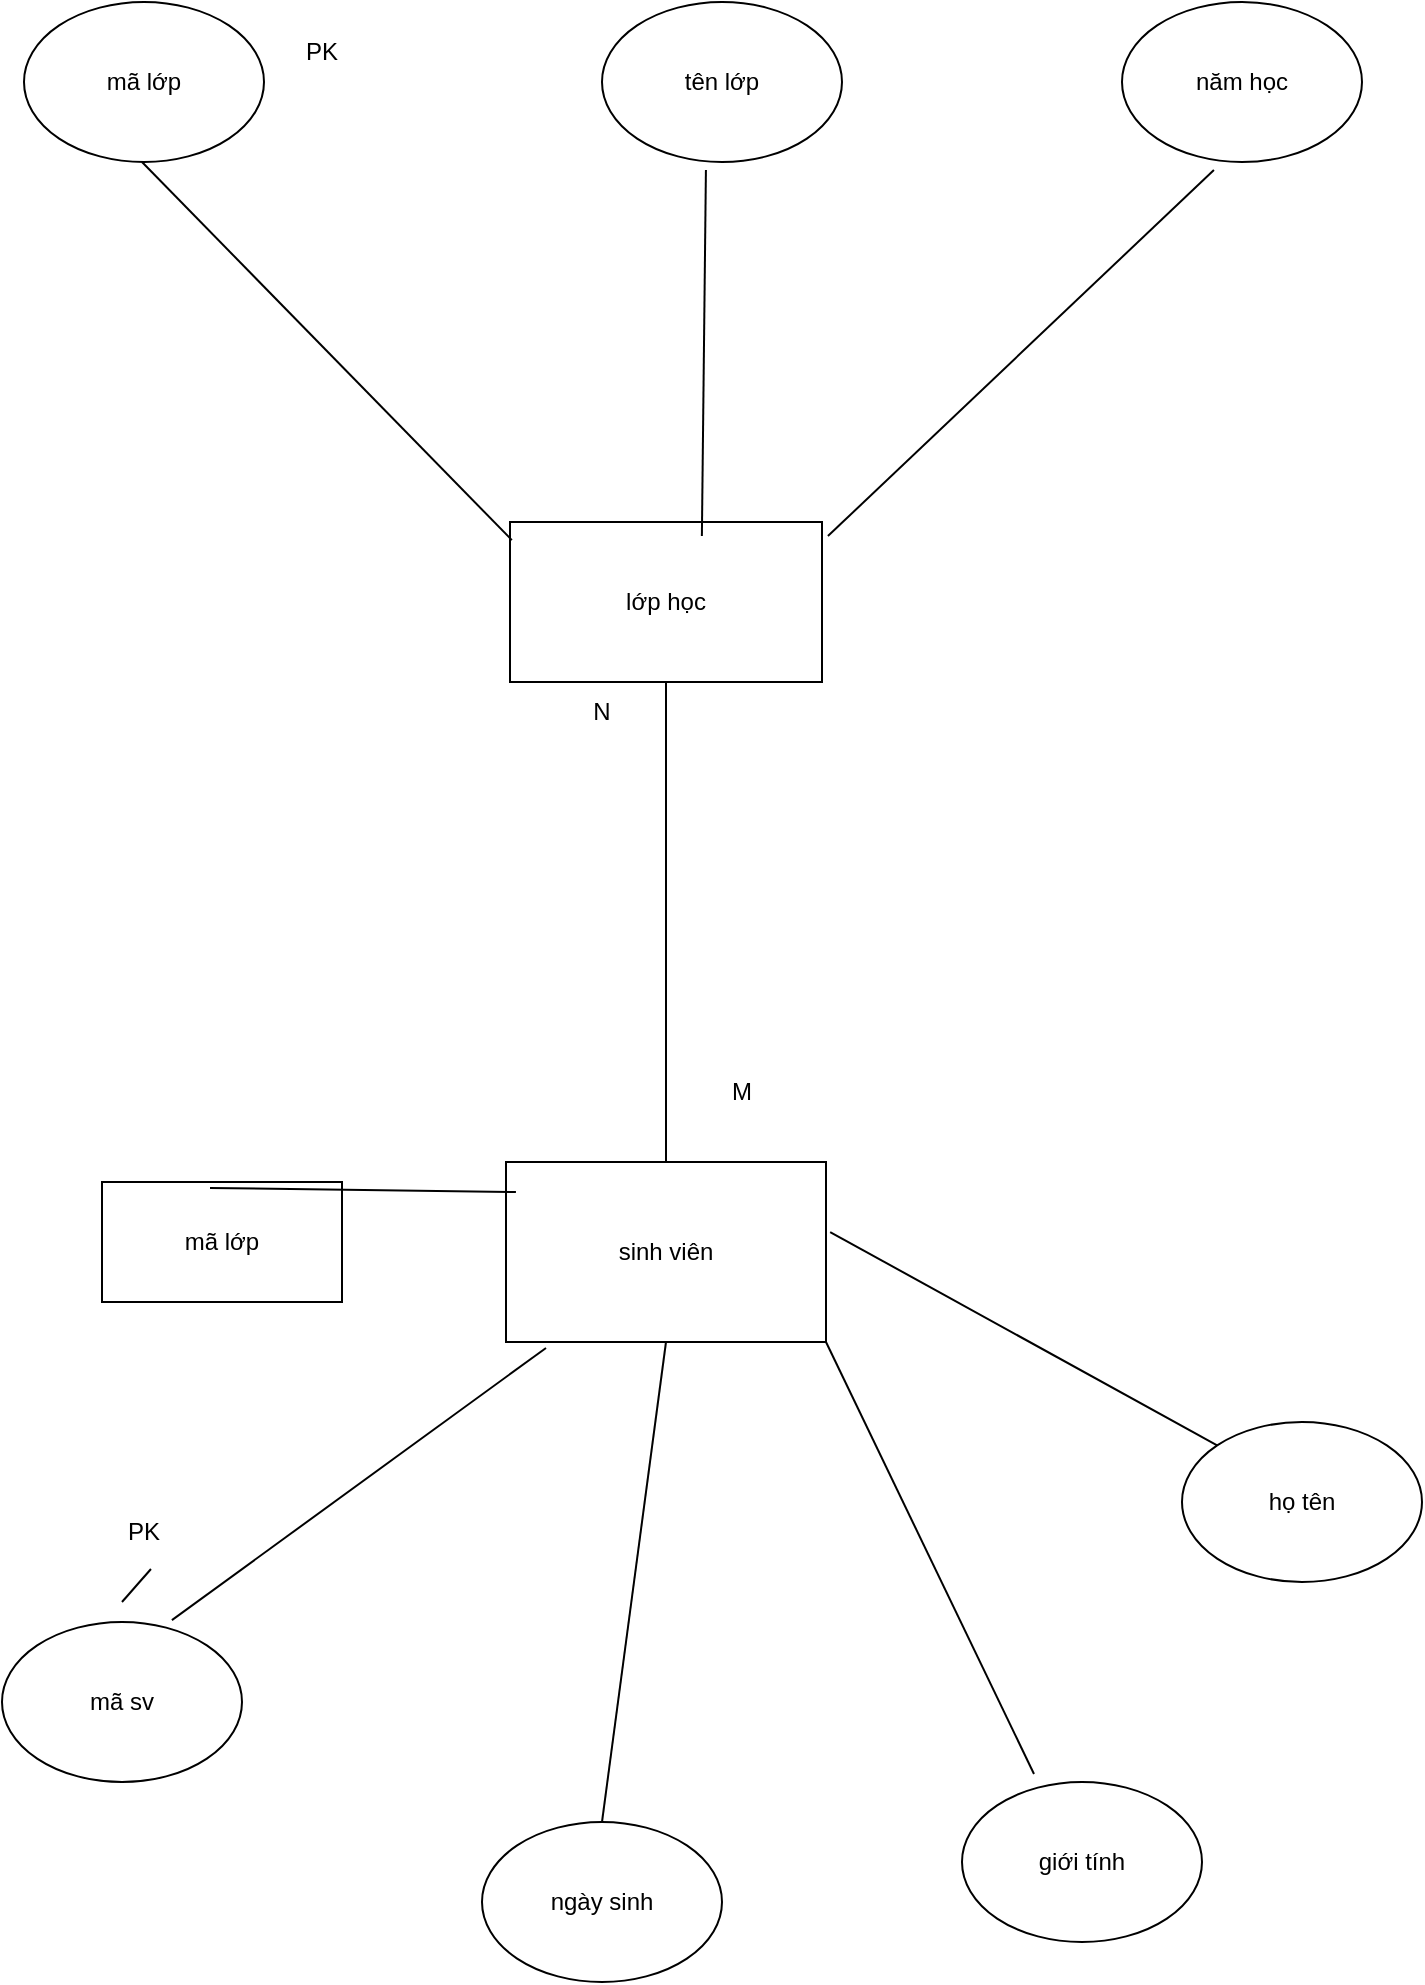
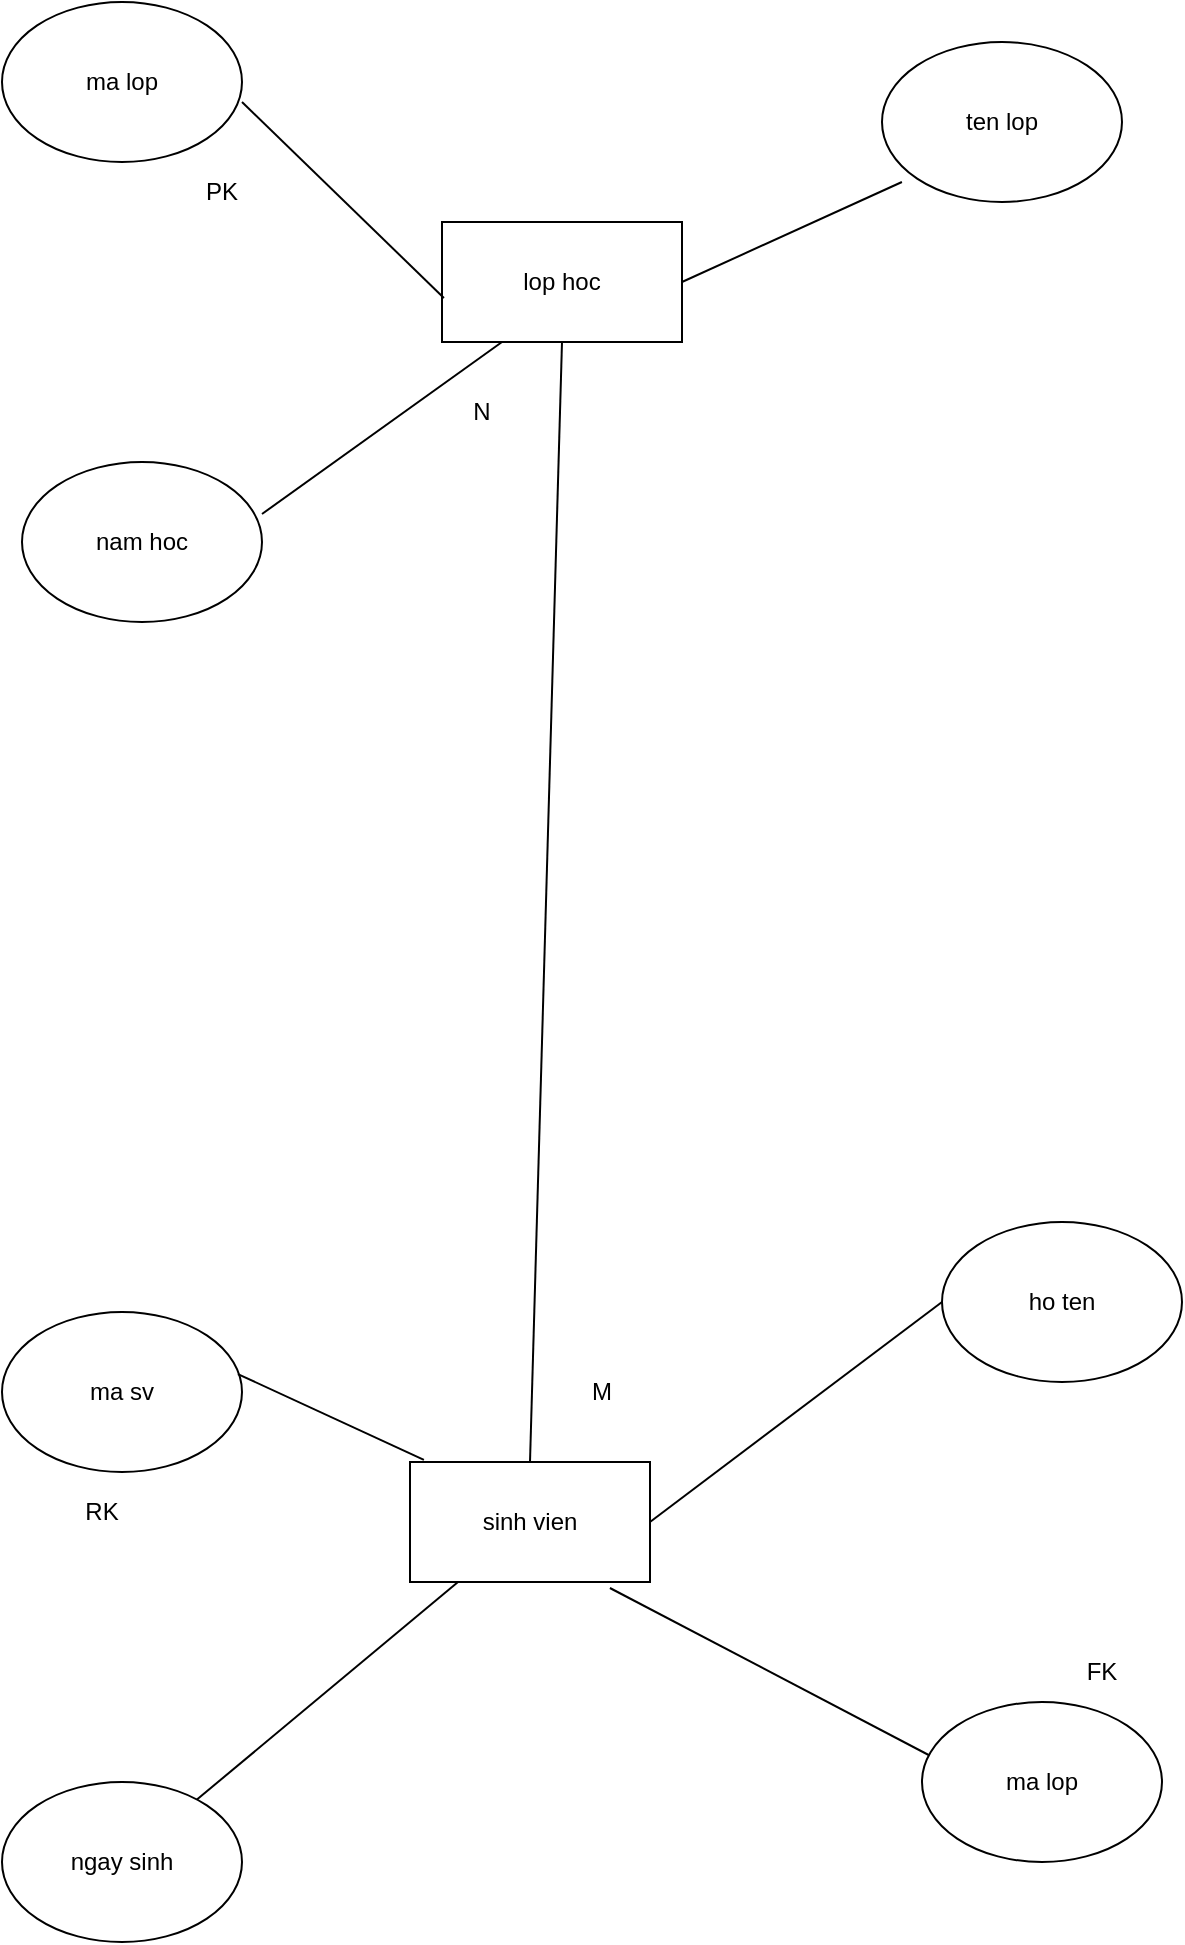
<mxfile host="Electron">
-   <diagram name="Trang-1" id="o1QB42pIcwawdW-Oyglz">
+   <diagram name="Trang-1" id="ZAXRSAyy3r_6QDGNcxRj">
    <mxGraphModel dx="772" dy="1185" grid="1" gridSize="10" guides="1" tooltips="1" connect="1" arrows="1" fold="1" page="1" pageScale="1" pageWidth="827" pageHeight="1169" math="0" shadow="0">
      <root>
        <mxCell id="0" />
        <mxCell id="1" parent="0" />
-         <mxCell id="ddT9tHussP8gRuYWrQQs-1" parent="1" style="rounded=0;whiteSpace=wrap;html=1;" value="lớp học" vertex="1">
-           <mxGeometry height="80" width="156" x="294" y="300" as="geometry" />
+         <mxCell id="2jOToKgOwrmBfKNzj-BH-1" parent="1" style="rounded=0;whiteSpace=wrap;html=1;" value="sinh vien" vertex="1">
+           <mxGeometry height="60" width="120" x="294" y="810" as="geometry" />
        </mxCell>
-         <mxCell id="ddT9tHussP8gRuYWrQQs-4" edge="1" parent="1" style="endArrow=none;html=1;rounded=0;entryX=0.006;entryY=0.113;entryDx=0;entryDy=0;entryPerimeter=0;" target="ddT9tHussP8gRuYWrQQs-1" value="">
-           <mxGeometry height="50" relative="1" width="50" as="geometry">
-             <mxPoint x="110" y="120" as="sourcePoint" />
-             <mxPoint x="110" y="200" as="targetPoint" />
-           </mxGeometry>
+         <mxCell id="2jOToKgOwrmBfKNzj-BH-3" parent="1" style="rounded=0;whiteSpace=wrap;html=1;" value="lop hoc" vertex="1">
+           <mxGeometry height="60" width="120" x="310" y="190" as="geometry" />
        </mxCell>
-         <mxCell id="ddT9tHussP8gRuYWrQQs-5" parent="1" style="ellipse;whiteSpace=wrap;html=1;" value="mã lớp" vertex="1">
-           <mxGeometry height="80" width="120" x="51" y="40" as="geometry" />
+         <mxCell id="2jOToKgOwrmBfKNzj-BH-4" parent="1" style="ellipse;whiteSpace=wrap;html=1;" value="ma sv" vertex="1">
+           <mxGeometry height="80" width="120" x="90" y="735" as="geometry" />
        </mxCell>
-         <mxCell id="ddT9tHussP8gRuYWrQQs-6" parent="1" style="ellipse;whiteSpace=wrap;html=1;" value="tên lớp" vertex="1">
-           <mxGeometry height="80" width="120" x="340" y="40" as="geometry" />
+         <mxCell id="2jOToKgOwrmBfKNzj-BH-6" parent="1" style="ellipse;whiteSpace=wrap;html=1;" value="nam hoc" vertex="1">
+           <mxGeometry height="80" width="120" x="100" y="310" as="geometry" />
        </mxCell>
-         <mxCell id="ddT9tHussP8gRuYWrQQs-7" parent="1" style="ellipse;whiteSpace=wrap;html=1;" value="năm học" vertex="1">
-           <mxGeometry height="80" width="120" x="600" y="40" as="geometry" />
+         <mxCell id="2jOToKgOwrmBfKNzj-BH-7" parent="1" style="ellipse;whiteSpace=wrap;html=1;" value="ten lop" vertex="1">
+           <mxGeometry height="80" width="120" x="530" y="100" as="geometry" />
        </mxCell>
-         <mxCell id="ddT9tHussP8gRuYWrQQs-8" edge="1" parent="1" source="ddT9tHussP8gRuYWrQQs-1" style="endArrow=none;html=1;rounded=0;entryX=0.433;entryY=1.05;entryDx=0;entryDy=0;entryPerimeter=0;exitX=0.615;exitY=0.088;exitDx=0;exitDy=0;exitPerimeter=0;" target="ddT9tHussP8gRuYWrQQs-6" value="">
+         <mxCell id="2jOToKgOwrmBfKNzj-BH-8" parent="1" style="ellipse;whiteSpace=wrap;html=1;" value="ma lop" vertex="1">
+           <mxGeometry height="80" width="120" x="90" y="80" as="geometry" />
+         </mxCell>
+         <mxCell id="2jOToKgOwrmBfKNzj-BH-9" parent="1" style="ellipse;whiteSpace=wrap;html=1;" value="ngay sinh" vertex="1">
+           <mxGeometry height="80" width="120" x="90" y="970" as="geometry" />
+         </mxCell>
+         <mxCell id="2jOToKgOwrmBfKNzj-BH-10" parent="1" style="ellipse;whiteSpace=wrap;html=1;" value="ho ten" vertex="1">
+           <mxGeometry height="80" width="120" x="560" y="690" as="geometry" />
+         </mxCell>
+         <mxCell id="2jOToKgOwrmBfKNzj-BH-11" edge="1" parent="1" source="2jOToKgOwrmBfKNzj-BH-1" style="endArrow=none;html=1;rounded=0;entryX=0.5;entryY=1;entryDx=0;entryDy=0;exitX=0.5;exitY=0;exitDx=0;exitDy=0;" target="2jOToKgOwrmBfKNzj-BH-3" value="">
          <mxGeometry height="50" relative="1" width="50" as="geometry">
            <mxPoint x="370" y="630" as="sourcePoint" />
            <mxPoint x="420" y="580" as="targetPoint" />
          </mxGeometry>
        </mxCell>
-         <mxCell id="ddT9tHussP8gRuYWrQQs-9" edge="1" parent="1" source="ddT9tHussP8gRuYWrQQs-1" style="endArrow=none;html=1;rounded=0;entryX=0.383;entryY=1.05;entryDx=0;entryDy=0;entryPerimeter=0;exitX=1.019;exitY=0.088;exitDx=0;exitDy=0;exitPerimeter=0;" target="ddT9tHussP8gRuYWrQQs-7" value="">
+         <mxCell id="2jOToKgOwrmBfKNzj-BH-12" parent="1" style="text;html=1;whiteSpace=wrap;strokeColor=none;fillColor=none;align=center;verticalAlign=middle;rounded=0;" value="N" vertex="1">
+           <mxGeometry height="30" width="60" x="300" y="270" as="geometry" />
+         </mxCell>
+         <mxCell id="2jOToKgOwrmBfKNzj-BH-13" parent="1" style="text;html=1;whiteSpace=wrap;strokeColor=none;fillColor=none;align=center;verticalAlign=middle;rounded=0;" value="M" vertex="1">
+           <mxGeometry height="30" width="60" x="360" y="760" as="geometry" />
+         </mxCell>
+         <mxCell id="2jOToKgOwrmBfKNzj-BH-14" edge="1" parent="1" source="2jOToKgOwrmBfKNzj-BH-3" style="endArrow=none;html=1;rounded=0;exitX=0.008;exitY=0.633;exitDx=0;exitDy=0;exitPerimeter=0;" value="">
          <mxGeometry height="50" relative="1" width="50" as="geometry">
-             <mxPoint x="645" y="200" as="sourcePoint" />
-             <mxPoint x="420" y="580" as="targetPoint" />
+             <mxPoint x="370" y="630" as="sourcePoint" />
+             <mxPoint x="210" y="130" as="targetPoint" />
          </mxGeometry>
        </mxCell>
-         <mxCell id="ddT9tHussP8gRuYWrQQs-10" parent="1" style="rounded=0;whiteSpace=wrap;html=1;" value="sinh viên" vertex="1">
-           <mxGeometry height="90" width="160" x="292" y="620" as="geometry" />
-         </mxCell>
-         <mxCell id="ddT9tHussP8gRuYWrQQs-11" parent="1" style="ellipse;whiteSpace=wrap;html=1;" value="họ tên" vertex="1">
-           <mxGeometry height="80" width="120" x="630" y="750" as="geometry" />
-         </mxCell>
-         <mxCell id="ddT9tHussP8gRuYWrQQs-12" parent="1" style="ellipse;whiteSpace=wrap;html=1;" value="giới tính" vertex="1">
-           <mxGeometry height="80" width="120" x="520" y="930" as="geometry" />
-         </mxCell>
-         <mxCell id="ddT9tHussP8gRuYWrQQs-13" parent="1" style="ellipse;whiteSpace=wrap;html=1;" value="ngày sinh" vertex="1">
-           <mxGeometry height="80" width="120" x="280" y="950" as="geometry" />
-         </mxCell>
-         <mxCell id="ddT9tHussP8gRuYWrQQs-14" parent="1" style="ellipse;whiteSpace=wrap;html=1;" value="mã sv" vertex="1">
-           <mxGeometry height="80" width="120" x="40" y="850" as="geometry" />
-         </mxCell>
-         <mxCell id="ddT9tHussP8gRuYWrQQs-15" edge="1" parent="1" source="ddT9tHussP8gRuYWrQQs-10" style="endArrow=none;html=1;rounded=0;entryX=0.708;entryY=-0.012;entryDx=0;entryDy=0;entryPerimeter=0;exitX=0.125;exitY=1.033;exitDx=0;exitDy=0;exitPerimeter=0;" target="ddT9tHussP8gRuYWrQQs-14" value="">
+         <mxCell id="2jOToKgOwrmBfKNzj-BH-15" edge="1" parent="1" source="2jOToKgOwrmBfKNzj-BH-3" style="endArrow=none;html=1;rounded=0;entryX=0.083;entryY=0.875;entryDx=0;entryDy=0;entryPerimeter=0;exitX=1;exitY=0.5;exitDx=0;exitDy=0;" target="2jOToKgOwrmBfKNzj-BH-7" value="">
          <mxGeometry height="50" relative="1" width="50" as="geometry">
            <mxPoint x="370" y="630" as="sourcePoint" />
            <mxPoint x="420" y="580" as="targetPoint" />
          </mxGeometry>
        </mxCell>
-         <mxCell id="ddT9tHussP8gRuYWrQQs-16" edge="1" parent="1" source="ddT9tHussP8gRuYWrQQs-10" style="endArrow=none;html=1;rounded=0;entryX=0.5;entryY=0;entryDx=0;entryDy=0;exitX=0.5;exitY=1;exitDx=0;exitDy=0;" target="ddT9tHussP8gRuYWrQQs-13" value="">
+         <mxCell id="2jOToKgOwrmBfKNzj-BH-16" edge="1" parent="1" source="2jOToKgOwrmBfKNzj-BH-1" style="endArrow=none;html=1;rounded=0;entryX=0;entryY=0.5;entryDx=0;entryDy=0;exitX=1;exitY=0.5;exitDx=0;exitDy=0;" target="2jOToKgOwrmBfKNzj-BH-10" value="">
          <mxGeometry height="50" relative="1" width="50" as="geometry">
            <mxPoint x="370" y="630" as="sourcePoint" />
            <mxPoint x="420" y="580" as="targetPoint" />
          </mxGeometry>
        </mxCell>
-         <mxCell id="ddT9tHussP8gRuYWrQQs-17" edge="1" parent="1" source="ddT9tHussP8gRuYWrQQs-10" style="endArrow=none;html=1;rounded=0;entryX=0.3;entryY=-0.05;entryDx=0;entryDy=0;entryPerimeter=0;exitX=1;exitY=1;exitDx=0;exitDy=0;" target="ddT9tHussP8gRuYWrQQs-12" value="">
-           <mxGeometry height="50" relative="1" width="50" as="geometry">
-             <mxPoint x="420" y="710" as="sourcePoint" />
-             <mxPoint x="420" y="580" as="targetPoint" />
-           </mxGeometry>
-         </mxCell>
-         <mxCell id="ddT9tHussP8gRuYWrQQs-18" edge="1" parent="1" source="ddT9tHussP8gRuYWrQQs-10" style="endArrow=none;html=1;rounded=0;entryX=0;entryY=0;entryDx=0;entryDy=0;exitX=1.013;exitY=0.389;exitDx=0;exitDy=0;exitPerimeter=0;" target="ddT9tHussP8gRuYWrQQs-11" value="">
+         <mxCell id="2jOToKgOwrmBfKNzj-BH-17" edge="1" parent="1" source="2jOToKgOwrmBfKNzj-BH-4" style="endArrow=none;html=1;rounded=0;exitX=0.983;exitY=0.388;exitDx=0;exitDy=0;exitPerimeter=0;entryX=0.058;entryY=-0.017;entryDx=0;entryDy=0;entryPerimeter=0;" target="2jOToKgOwrmBfKNzj-BH-1" value="">
          <mxGeometry height="50" relative="1" width="50" as="geometry">
            <mxPoint x="370" y="630" as="sourcePoint" />
            <mxPoint x="420" y="580" as="targetPoint" />
          </mxGeometry>
        </mxCell>
-         <mxCell id="ddT9tHussP8gRuYWrQQs-19" edge="1" parent="1" source="ddT9tHussP8gRuYWrQQs-10" style="endArrow=none;html=1;rounded=0;entryX=0.5;entryY=1;entryDx=0;entryDy=0;exitX=0.5;exitY=0;exitDx=0;exitDy=0;" target="ddT9tHussP8gRuYWrQQs-1" value="">
+         <mxCell id="2jOToKgOwrmBfKNzj-BH-18" edge="1" parent="1" source="2jOToKgOwrmBfKNzj-BH-1" style="endArrow=none;html=1;rounded=0;" target="2jOToKgOwrmBfKNzj-BH-9" value="">
          <mxGeometry height="50" relative="1" width="50" as="geometry">
            <mxPoint x="370" y="630" as="sourcePoint" />
            <mxPoint x="420" y="580" as="targetPoint" />
          </mxGeometry>
        </mxCell>
-         <mxCell id="ddT9tHussP8gRuYWrQQs-20" parent="1" style="text;html=1;whiteSpace=wrap;strokeColor=none;fillColor=none;align=center;verticalAlign=middle;rounded=0;" value="M" vertex="1">
-           <mxGeometry height="30" width="60" x="380" y="570" as="geometry" />
-         </mxCell>
-         <mxCell id="ddT9tHussP8gRuYWrQQs-21" parent="1" style="text;html=1;whiteSpace=wrap;strokeColor=none;fillColor=none;align=center;verticalAlign=middle;rounded=0;" value="N" vertex="1">
-           <mxGeometry height="30" width="60" x="310" y="380" as="geometry" />
-         </mxCell>
-         <mxCell id="ddT9tHussP8gRuYWrQQs-22" parent="1" style="text;html=1;whiteSpace=wrap;strokeColor=none;fillColor=none;align=center;verticalAlign=middle;rounded=0;" value="PK" vertex="1">
-           <mxGeometry height="30" width="60" x="170" y="50" as="geometry" />
-         </mxCell>
-         <mxCell id="ddT9tHussP8gRuYWrQQs-24" parent="1" style="rounded=0;whiteSpace=wrap;html=1;" value="mã lớp" vertex="1">
-           <mxGeometry height="60" width="120" x="90" y="630" as="geometry" />
-         </mxCell>
-         <mxCell id="ddT9tHussP8gRuYWrQQs-25" edge="1" parent="1" source="ddT9tHussP8gRuYWrQQs-24" style="endArrow=none;html=1;rounded=0;entryX=0.031;entryY=0.167;entryDx=0;entryDy=0;entryPerimeter=0;exitX=0.45;exitY=0.05;exitDx=0;exitDy=0;exitPerimeter=0;" target="ddT9tHussP8gRuYWrQQs-10" value="">
+         <mxCell id="2jOToKgOwrmBfKNzj-BH-19" edge="1" parent="1" source="2jOToKgOwrmBfKNzj-BH-6" style="endArrow=none;html=1;rounded=0;entryX=0.25;entryY=1;entryDx=0;entryDy=0;exitX=1;exitY=0.325;exitDx=0;exitDy=0;exitPerimeter=0;" target="2jOToKgOwrmBfKNzj-BH-3" value="">
          <mxGeometry height="50" relative="1" width="50" as="geometry">
            <mxPoint x="370" y="630" as="sourcePoint" />
            <mxPoint x="420" y="580" as="targetPoint" />
          </mxGeometry>
        </mxCell>
-         <mxCell id="ddT9tHussP8gRuYWrQQs-28" edge="1" parent="1" style="endArrow=none;html=1;rounded=0;entryX=0.558;entryY=1.117;entryDx=0;entryDy=0;entryPerimeter=0;" target="ddT9tHussP8gRuYWrQQs-23" value="">
+         <mxCell id="2jOToKgOwrmBfKNzj-BH-20" edge="1" parent="1" style="endArrow=none;html=1;rounded=0;entryX=0.833;entryY=1.05;entryDx=0;entryDy=0;entryPerimeter=0;" target="2jOToKgOwrmBfKNzj-BH-1" value="">
          <mxGeometry height="50" relative="1" width="50" as="geometry">
-             <mxPoint x="100" y="840" as="sourcePoint" />
-             <mxPoint x="157" y="697" as="targetPoint" />
+             <mxPoint x="560" y="960" as="sourcePoint" />
+             <mxPoint x="420" y="580" as="targetPoint" />
          </mxGeometry>
        </mxCell>
-         <mxCell id="ddT9tHussP8gRuYWrQQs-23" parent="1" style="text;html=1;whiteSpace=wrap;strokeColor=none;fillColor=none;align=center;verticalAlign=middle;rounded=0;" value="PK" vertex="1">
-           <mxGeometry height="30" width="60" x="81" y="790" as="geometry" />
+         <mxCell id="2jOToKgOwrmBfKNzj-BH-21" parent="1" style="ellipse;whiteSpace=wrap;html=1;" value="ma lop" vertex="1">
+           <mxGeometry height="80" width="120" x="550" y="930" as="geometry" />
+         </mxCell>
+         <mxCell id="2jOToKgOwrmBfKNzj-BH-22" parent="1" style="text;html=1;whiteSpace=wrap;strokeColor=none;fillColor=none;align=center;verticalAlign=middle;rounded=0;" value="PK" vertex="1">
+           <mxGeometry height="30" width="60" x="170" y="160" as="geometry" />
+         </mxCell>
+         <mxCell id="2jOToKgOwrmBfKNzj-BH-23" parent="1" style="text;html=1;whiteSpace=wrap;strokeColor=none;fillColor=none;align=center;verticalAlign=middle;rounded=0;" value="RK" vertex="1">
+           <mxGeometry height="30" width="60" x="110" y="820" as="geometry" />
+         </mxCell>
+         <mxCell id="2jOToKgOwrmBfKNzj-BH-24" parent="1" style="text;html=1;whiteSpace=wrap;strokeColor=none;fillColor=none;align=center;verticalAlign=middle;rounded=0;" value="FK" vertex="1">
+           <mxGeometry height="30" width="60" x="610" y="900" as="geometry" />
        </mxCell>
      </root>
    </mxGraphModel>
  </diagram>
</mxfile>
